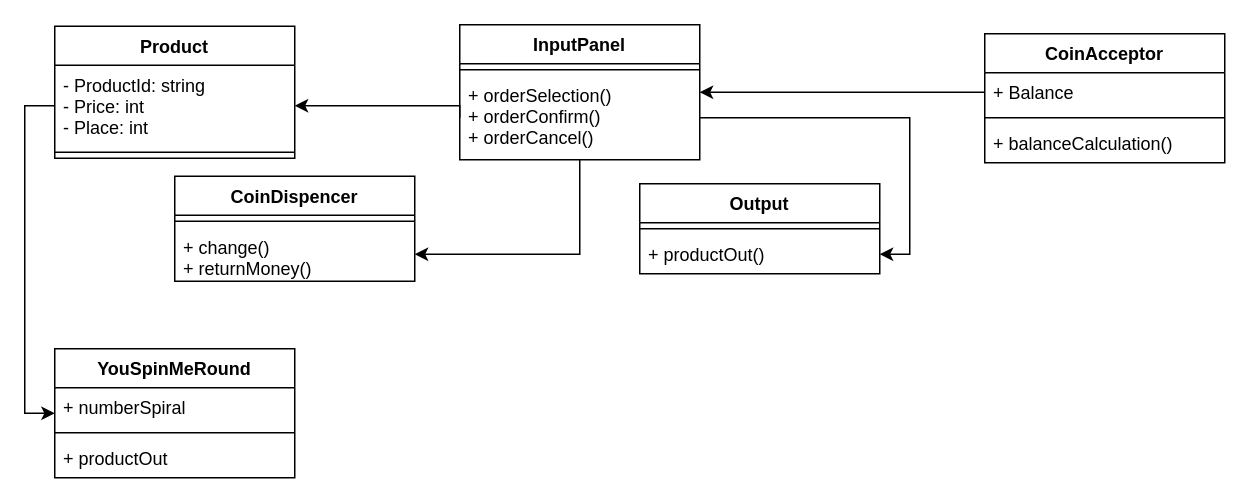
Before: Untitled Diagram.drawio in StpnPntr/UchebnayaPractice, a draw.io diagram. Source tidied: cells renumbered, new cells numbered last; positions are measured from the earlier drawing's top-left corner, leaving out a move shared by most shapes. Both pictures are drawn from the tidied source at 150%, with x=0, y=0 at pixel (54, 24).
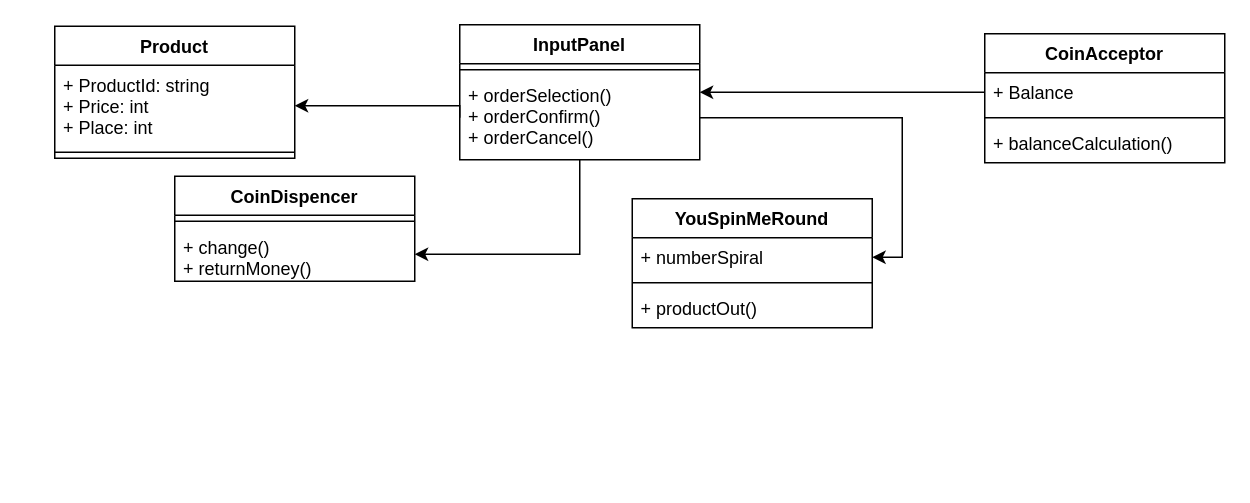
After the change.

Unchanged cells that the change refers to:
```xml
<mxCell id="2" value="Product" style="swimlane;fontStyle=1;align=center;verticalAlign=top;horizontal=1;startSize=26;shadow=0;" parent="1" vertex="1">
  <mxGeometry y="1" width="160" height="88" as="geometry" />
</mxCell>
<mxCell id="8" value="+ orderSelection()&#10;+ orderConfirm()&#10;+ orderCancel()" style="text;strokeColor=none;fillColor=none;align=left;verticalAlign=top;spacingLeft=4;spacingRight=4;overflow=hidden;points=[[0,0.5],[1,0.5]];portConstraint=eastwest;shadow=0;" parent="6" vertex="1">
  <mxGeometry y="34" width="160" height="56" as="geometry" />
</mxCell>
<mxCell id="23" value="+ numberSpiral" style="text;strokeColor=none;fillColor=none;align=left;verticalAlign=top;spacingLeft=4;spacingRight=4;overflow=hidden;points=[[0,0.5],[1,0.5]];portConstraint=eastwest;" parent="22" vertex="1">
  <mxGeometry y="26" width="160" height="26" as="geometry" />
</mxCell>
```

The edit, as a diff of the source:
```diff
@@
-    <mxCell id="3" value="- ProductId: string&#10;- Price: int&#10;- Place: int" style="text;strokeColor=none;fillColor=none;align=left;verticalAlign=top;spacingLeft=4;spacingRight=4;overflow=hidden;points=[[0,0.5],[1,0.5]];portConstraint=eastwest;shadow=0;" parent="2" vertex="1">
+    <mxCell id="3" value="+ ProductId: string&#10;+ Price: int&#10;+ Place: int" style="text;strokeColor=none;fillColor=none;align=left;verticalAlign=top;spacingLeft=4;spacingRight=4;overflow=hidden;points=[[0,0.5],[1,0.5]];portConstraint=eastwest;shadow=0;" parent="2" vertex="1">
       <mxGeometry y="26" width="160" height="54" as="geometry" />
     </mxCell>
@@
-    <mxCell id="13" value="Output" style="swimlane;fontStyle=1;align=center;verticalAlign=top;horizontal=1;startSize=26;shadow=0;" parent="1" vertex="1">
-      <mxGeometry x="390" y="106" width="160" height="60" as="geometry" />
-    </mxCell>
-    <mxCell id="14" style="line;strokeWidth=1;fillColor=none;align=left;verticalAlign=middle;spacingTop=-1;spacingLeft=3;spacingRight=3;labelPosition=right;shadow=0;" parent="13" vertex="1">
-      <mxGeometry y="26" width="160" height="8" as="geometry" />
-    </mxCell>
-    <mxCell id="15" value="+ productOut()" style="text;strokeColor=none;fillColor=none;align=left;verticalAlign=top;spacingLeft=4;spacingRight=4;overflow=hidden;points=[[0,0.5],[1,0.5]];portConstraint=eastwest;shadow=0;" parent="13" vertex="1">
-      <mxGeometry y="34" width="160" height="26" as="geometry" />
-    </mxCell>
@@
-    <mxCell id="21" style="edgeStyle=orthogonalEdgeStyle;rounded=0;jettySize=auto;html=1;exitX=1;exitY=0.5;exitDx=0;exitDy=0;entryX=1;entryY=0.5;entryDx=0;entryDy=0;" parent="1" edge="1" source="8" target="15">
+    <mxCell id="21" style="edgeStyle=orthogonalEdgeStyle;rounded=0;jettySize=auto;html=1;exitX=1;exitY=0.5;exitDx=0;exitDy=0;entryX=1;entryY=0.5;entryDx=0;entryDy=0;" parent="1" edge="1" source="8" target="23">
       <mxGeometry relative="1" as="geometry" />
     </mxCell>
     <mxCell id="22" value="YouSpinMeRound" style="swimlane;fontStyle=1;align=center;verticalAlign=top;horizontal=1;startSize=26;" parent="1" vertex="1">
-      <mxGeometry y="216" width="160" height="86" as="geometry" />
+      <mxGeometry x="385" y="116" width="160" height="86" as="geometry" />
     </mxCell>
@@
-    <mxCell id="25" value="+ productOut" style="text;strokeColor=none;fillColor=none;align=left;verticalAlign=top;spacingLeft=4;spacingRight=4;overflow=hidden;" parent="22" vertex="1">
+    <mxCell id="25" value="+ productOut()" style="text;strokeColor=none;fillColor=none;align=left;verticalAlign=top;spacingLeft=4;spacingRight=4;overflow=hidden;" parent="22" vertex="1">
       <mxGeometry y="60" width="160" height="26" as="geometry" />
     </mxCell>
-    <mxCell id="26" style="edgeStyle=orthogonalEdgeStyle;rounded=0;jettySize=auto;html=1;exitX=0;exitY=0.5;exitDx=0;exitDy=0;entryX=0;entryY=0.5;entryDx=0;entryDy=0;" parent="1" edge="1" source="3" target="22">
-      <mxGeometry relative="1" as="geometry" />
-    </mxCell>
```
